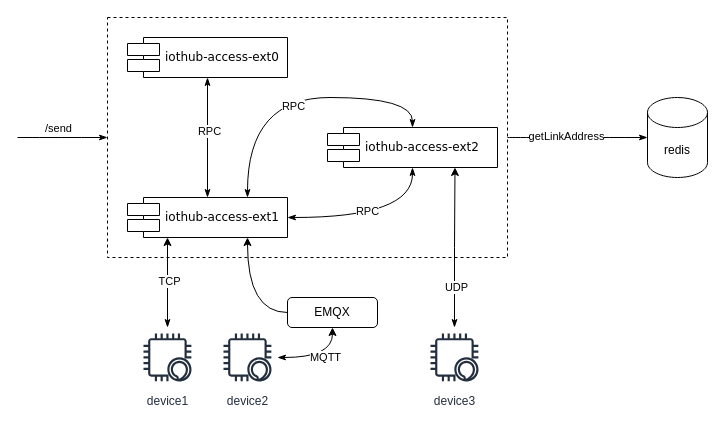
This is root/三做实/三做实指令下发.drawio from yzzh9/yzzh9, a draw.io file, before an edit. Source tidied: cells renumbered, new cells numbered last; positions are measured from the earlier drawing's top-left corner, leaving out a move shared by most shapes. Both pictures are drawn from the tidied source at 100%, with x=0, y=0 at pixel (17, 17).
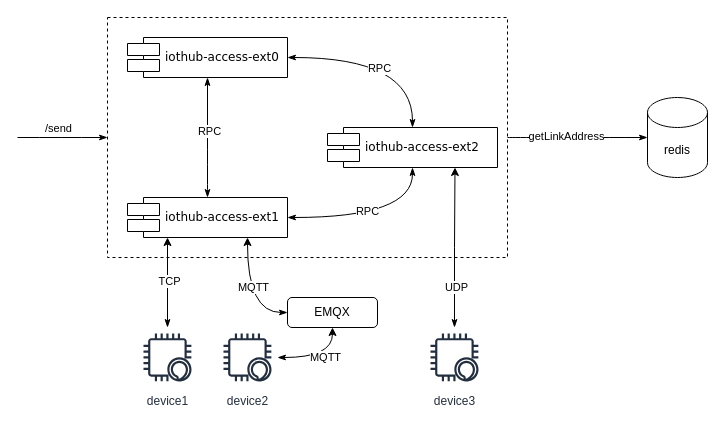
The same diagram, later.

Commit message:
更新三做实指令下发.drawio

Unchanged cells that the change refers to:
```xml
<mxCell id="8" value="iothub-access-ext0" style="shape=component;align=left;spacingLeft=36;rounded=0;shadow=0;comic=0;labelBackgroundColor=none;strokeColor=#000000;strokeWidth=1;fillColor=#ffffff;fontFamily=Verdana;fontSize=12;fontColor=#000000;html=1;" parent="1" vertex="1">
  <mxGeometry x="110" y="20" width="160" height="40" as="geometry" />
</mxCell>
<mxCell id="13" value="iothub-access-ext1" style="shape=component;align=left;spacingLeft=36;rounded=0;shadow=0;comic=0;labelBackgroundColor=none;strokeColor=#000000;strokeWidth=1;fillColor=#ffffff;fontFamily=Verdana;fontSize=12;fontColor=#000000;html=1;" parent="1" vertex="1">
  <mxGeometry x="110" y="180" width="160" height="40" as="geometry" />
</mxCell>
<mxCell id="16" value="iothub-access-ext2" style="shape=component;align=left;spacingLeft=36;rounded=0;shadow=0;comic=0;labelBackgroundColor=none;strokeColor=#000000;strokeWidth=1;fillColor=#ffffff;fontFamily=Verdana;fontSize=12;fontColor=#000000;html=1;" parent="1" vertex="1">
  <mxGeometry x="310" y="110" width="170" height="40" as="geometry" />
</mxCell>
<mxCell id="28" value="EMQX" style="rounded=1;whiteSpace=wrap;html=1;" parent="1" vertex="1">
  <mxGeometry x="270" y="280" width="90" height="30" as="geometry" />
</mxCell>
```

Change to the diagram source:
```diff
@@
-    <mxCell id="9" style="edgeStyle=orthogonalEdgeStyle;rounded=0;jettySize=auto;html=1;startArrow=classicThin;startFill=1;endArrow=classicThin;endFill=1;entryX=0.5;entryY=1;entryDx=0;entryDy=0;" parent="1" edge="1" source="13" target="8">
+    <mxCell id="9" style="edgeStyle=orthogonalEdgeStyle;rounded=0;jettySize=auto;html=1;startArrow=classicThin;startFill=1;endArrow=classicThin;endFill=1;entryX=0.5;entryY=1;entryDx=0;entryDy=0;curved=1;" parent="1" edge="1" source="13" target="8">
       <mxGeometry relative="1" as="geometry" />
     </mxCell>
@@
-    <mxCell id="14" style="edgeStyle=orthogonalEdgeStyle;rounded=0;jettySize=auto;html=1;entryX=0.75;entryY=0;entryDx=0;entryDy=0;startArrow=classicThin;startFill=1;endArrow=classicThin;endFill=1;exitX=0.5;exitY=0;exitDx=0;exitDy=0;curved=1;" parent="1" edge="1" source="16" target="13">
-      <mxGeometry relative="1" as="geometry">
-        <Array as="points">
-          <mxPoint x="395" y="80" />
-          <mxPoint x="230" y="80" />
-        </Array>
-      </mxGeometry>
+    <mxCell id="14" style="edgeStyle=orthogonalEdgeStyle;rounded=0;jettySize=auto;html=1;entryX=1;entryY=0.5;entryDx=0;entryDy=0;startArrow=classicThin;startFill=1;endArrow=classicThin;endFill=1;exitX=0.5;exitY=0;exitDx=0;exitDy=0;curved=1;" parent="1" edge="1" source="16" target="8">
+      <mxGeometry relative="1" as="geometry" />
     </mxCell>
     <mxCell id="15" value="RPC" style="edgeLabel;html=1;align=center;verticalAlign=middle;" parent="14" vertex="1">
-      <mxGeometry x="0.02" y="8" relative="1" as="geometry" />
+      <mxGeometry x="0.02" y="8" relative="1" as="geometry">
+        <mxPoint x="-5" y="2" as="offset" />
+      </mxGeometry>
     </mxCell>
@@
-    <mxCell id="27" style="edgeStyle=orthogonalEdgeStyle;rounded=0;jettySize=auto;html=1;entryX=0.75;entryY=1;entryDx=0;entryDy=0;exitX=0;exitY=0.5;exitDx=0;exitDy=0;curved=1;" parent="1" edge="1" source="28" target="13">
+    <mxCell id="27" style="edgeStyle=orthogonalEdgeStyle;rounded=0;jettySize=auto;html=1;entryX=0.75;entryY=1;entryDx=0;entryDy=0;exitX=0;exitY=0.5;exitDx=0;exitDy=0;curved=1;startArrow=classicThin;startFill=1;" parent="1" edge="1" source="28" target="13">
       <mxGeometry relative="1" as="geometry" />
     </mxCell>
+    <mxCell id="29" value="MQTT" style="edgeLabel;html=1;align=center;verticalAlign=middle;" parent="27" vertex="1">
+      <mxGeometry x="0.15" y="-5" relative="1" as="geometry" />
+    </mxCell>
```
